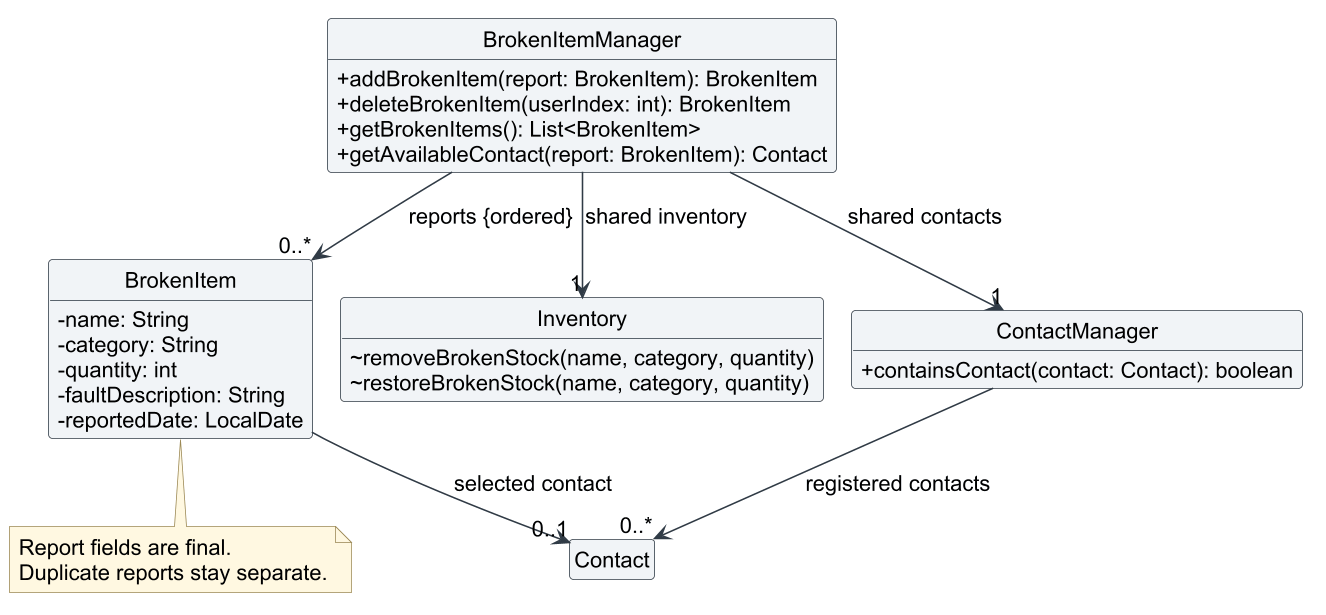
Earlier version of the PlantUML export docs/images/broken-item-class.png (AY2627S1-CS2113-T11-3/tp).
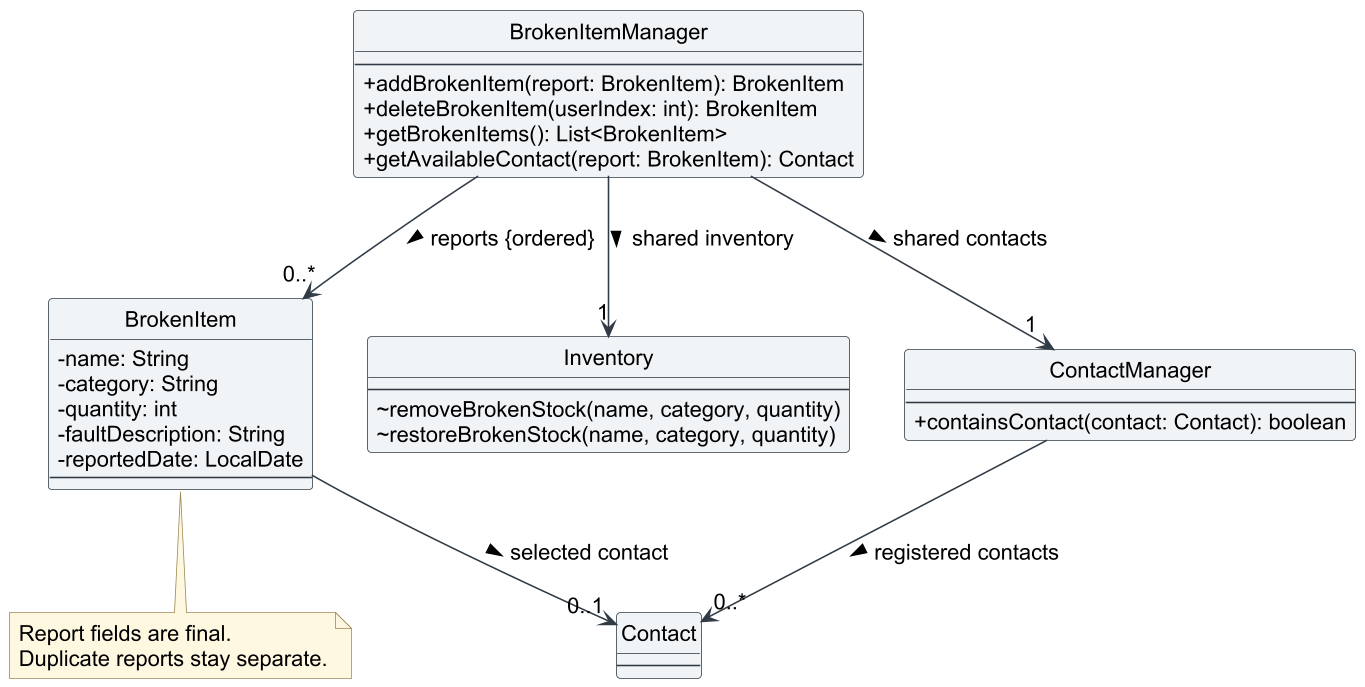
Later version of the same file.

What changed in the source:
```diff
@@ -1,37 +1,41 @@
 @startuml
-!pragma layout smetana
 !include loan-style.puml
 hide circle
-hide empty members
 top to bottom direction
 
 class BrokenItemManager {
-    +addBrokenItem(report: BrokenItem): BrokenItem
-    +deleteBrokenItem(userIndex: int): BrokenItem
-    +getBrokenItems(): List<BrokenItem>
-    +getAvailableContact(report: BrokenItem): Contact
+    --
+    {field} +addBrokenItem(report: BrokenItem): BrokenItem
+    {field} +deleteBrokenItem(userIndex: int): BrokenItem
+    {field} +getBrokenItems(): List<BrokenItem>
+    {field} +getAvailableContact(report: BrokenItem): Contact
 }
 class BrokenItem {
-    -name: String
-    -category: String
-    -quantity: int
-    -faultDescription: String
-    -reportedDate: LocalDate
+    {field} -name: String
+    {field} -category: String
+    {field} -quantity: int
+    {field} -faultDescription: String
+    {field} -reportedDate: LocalDate
+    --
 }
 class Inventory {
-    ~removeBrokenStock(name, category, quantity)
-    ~restoreBrokenStock(name, category, quantity)
+    --
+    {field} ~removeBrokenStock(name, category, quantity)
+    {field} ~restoreBrokenStock(name, category, quantity)
 }
 class ContactManager {
-    +containsContact(contact: Contact): boolean
+    --
+    {field} +containsContact(contact: Contact): boolean
 }
-class Contact
+class Contact {
+    --
+}
 
-BrokenItemManager --> "0..*" BrokenItem : reports {ordered}
-BrokenItemManager --> "1" Inventory : shared inventory
-BrokenItemManager --> "1" ContactManager : shared contacts
-BrokenItem --> "0..1" Contact : selected contact
-ContactManager --> "0..*" Contact : registered contacts
+BrokenItemManager --> "0..*" BrokenItem : reports {ordered} >
+BrokenItemManager --> "1" Inventory : shared inventory >
+BrokenItemManager --> "1" ContactManager : shared contacts >
+BrokenItem --> "0..1" Contact : selected contact >
+ContactManager --> "0..*" Contact : registered contacts >
 note bottom of BrokenItem
   Report fields are final.
   Duplicate reports stay separate.
```
